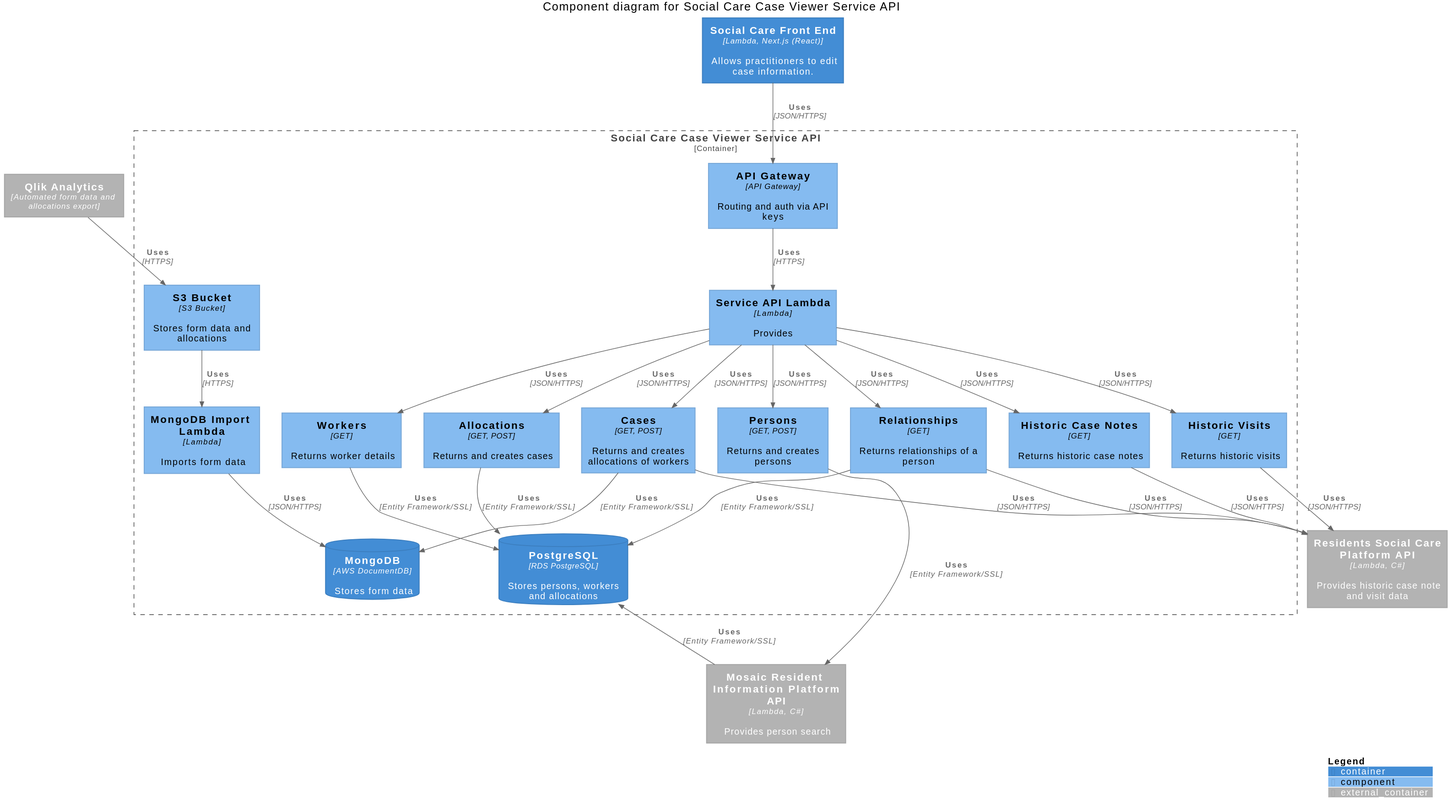
LBHackney-IT/social-care-case-viewer-api keeps this PlantUML diagram as docs/component-diagram.svg. Above is the earlier version.
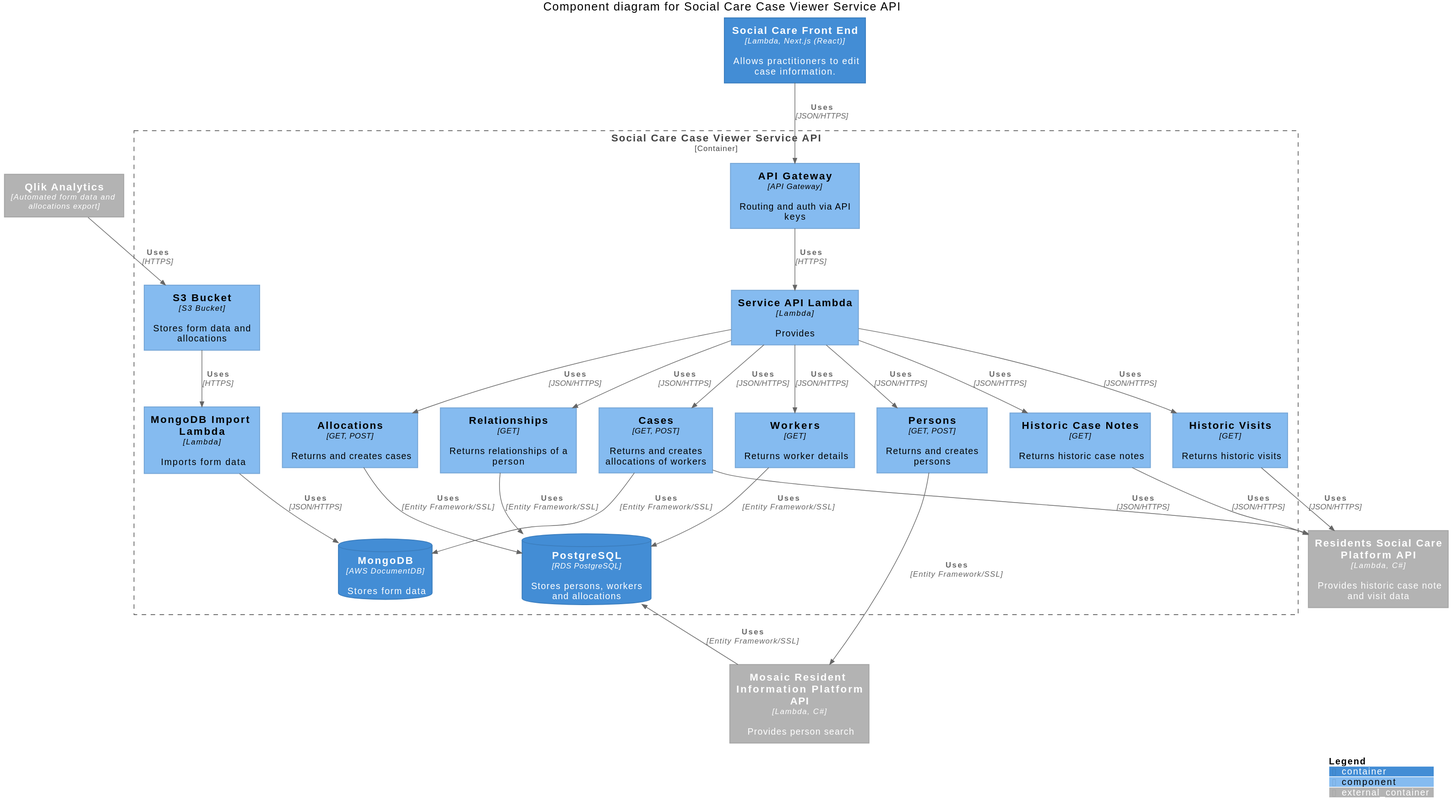
The same file after the commit.

Commit message:
Update relationships in component diagram

We no longer use the platform API to get relationships.

The edit, as a diff of the source:
```diff
@@ -51,7 +51,6 @@
 
     Rel(api_lambda, relationships, "Uses", "JSON/HTTPS")
     Rel(relationships, postgres, "Uses", "Entity Framework/SSL")
-    Rel(relationships, resident_social_care_platform_api, "Uses", "JSON/HTTPS")
 
     Rel(api_lambda, historic_case_notes, "Uses", "JSON/HTTPS")
     Rel(historic_case_notes, resident_social_care_platform_api, "Uses", "JSON/HTTPS")
```
